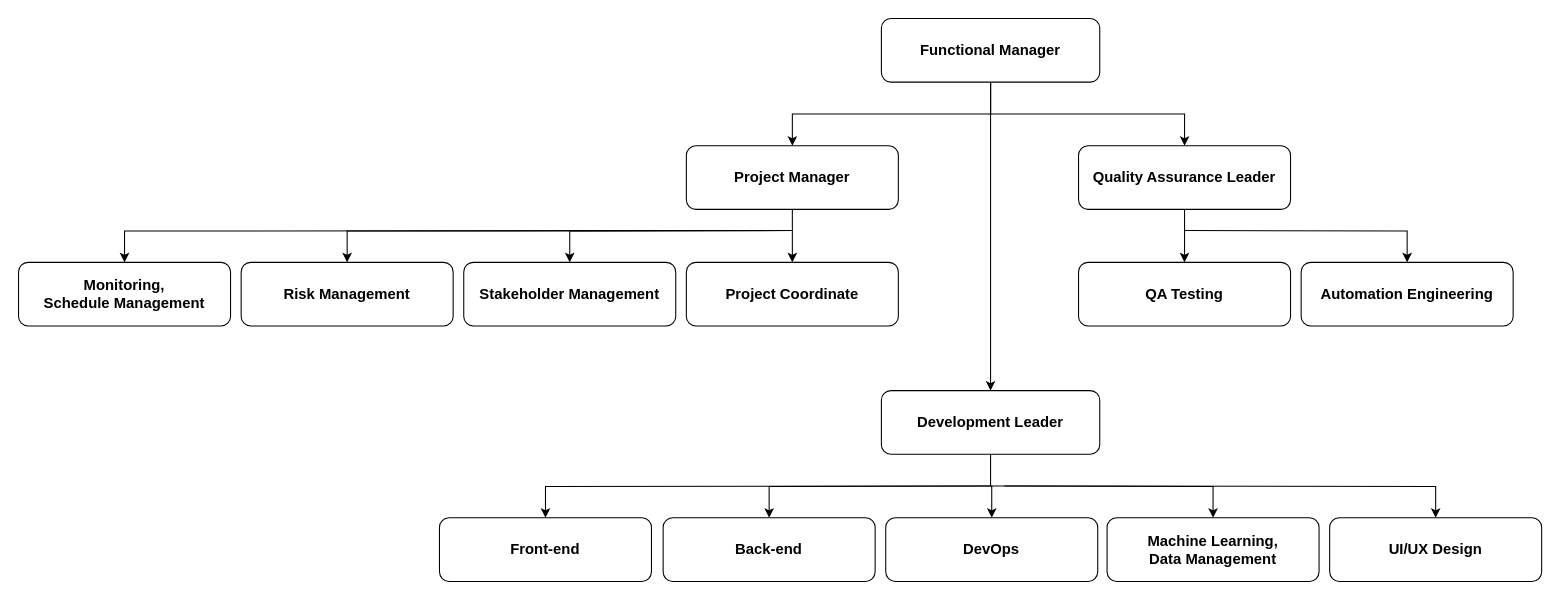
The draw.io diagram Untitled Diagram.drawio in iirtrtrt/data, before the edit. Source tidied: cells renumbered, new cells numbered last; positions are measured from the earlier drawing's top-left corner, leaving out a move shared by most shapes. Both pictures are drawn from the tidied source at 106%, with x=0, y=0 at pixel (18, 18).
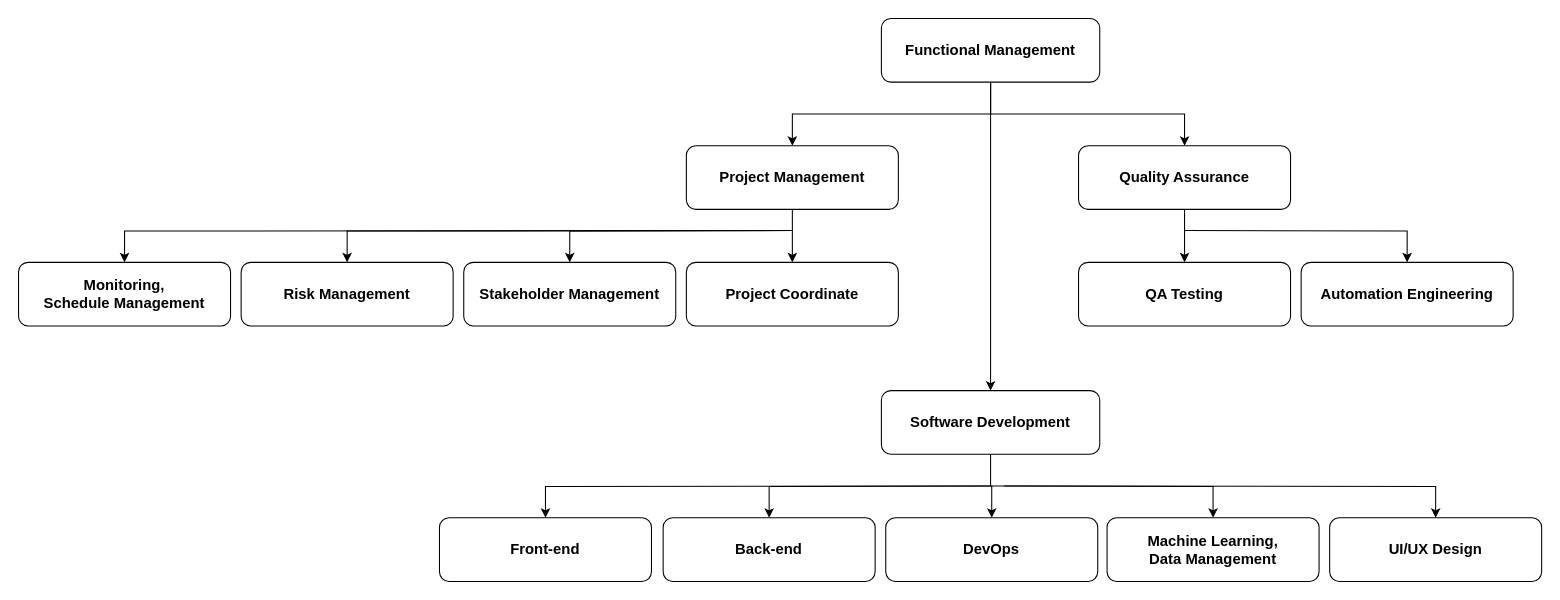
Above is the later version.

What changed in the source:
```diff
@@
-    <mxCell id="5" value="&lt;span style=&quot;font-size: 14px;&quot;&gt;&lt;b&gt;Functional Manager&lt;/b&gt;&lt;/span&gt;" style="rounded=1;whiteSpace=wrap;html=1;" parent="1" vertex="1">
+    <mxCell id="5" value="&lt;span style=&quot;font-size: 14px;&quot;&gt;&lt;b&gt;Functional Management&lt;/b&gt;&lt;/span&gt;" style="rounded=1;whiteSpace=wrap;html=1;" parent="1" vertex="1">
       <mxGeometry x="814" width="206" height="60" as="geometry" />
     </mxCell>
@@
-    <mxCell id="11" value="&lt;span style=&quot;font-size: 14px;&quot;&gt;&lt;b&gt;Development Leader&lt;/b&gt;&lt;/span&gt;" style="rounded=1;whiteSpace=wrap;html=1;" parent="1" vertex="1">
+    <mxCell id="11" value="&lt;span style=&quot;font-size: 14px;&quot;&gt;&lt;b&gt;Software Development&lt;/b&gt;&lt;/span&gt;" style="rounded=1;whiteSpace=wrap;html=1;" parent="1" vertex="1">
       <mxGeometry x="814" y="351" width="206" height="60" as="geometry" />
     </mxCell>
@@
-    <mxCell id="16" value="&lt;span style=&quot;font-size: 14px;&quot;&gt;&lt;b&gt;Project Manager&lt;/b&gt;&lt;/span&gt;" style="rounded=1;whiteSpace=wrap;html=1;" parent="1" vertex="1">
+    <mxCell id="16" value="&lt;span style=&quot;font-size: 14px;&quot;&gt;&lt;b&gt;Project Management&lt;/b&gt;&lt;/span&gt;" style="rounded=1;whiteSpace=wrap;html=1;" parent="1" vertex="1">
       <mxGeometry x="630" y="120" width="200" height="60" as="geometry" />
     </mxCell>
@@
-    <mxCell id="19" value="&lt;span style=&quot;font-size: 14px;&quot;&gt;&lt;b&gt;Quality Assurance Leader&lt;/b&gt;&lt;/span&gt;" style="rounded=1;whiteSpace=wrap;html=1;" parent="1" vertex="1">
+    <mxCell id="19" value="&lt;span style=&quot;font-size: 14px;&quot;&gt;&lt;b&gt;Quality Assurance&lt;/b&gt;&lt;/span&gt;" style="rounded=1;whiteSpace=wrap;html=1;" parent="1" vertex="1">
       <mxGeometry x="1000" y="120" width="200" height="60" as="geometry" />
     </mxCell>
```
